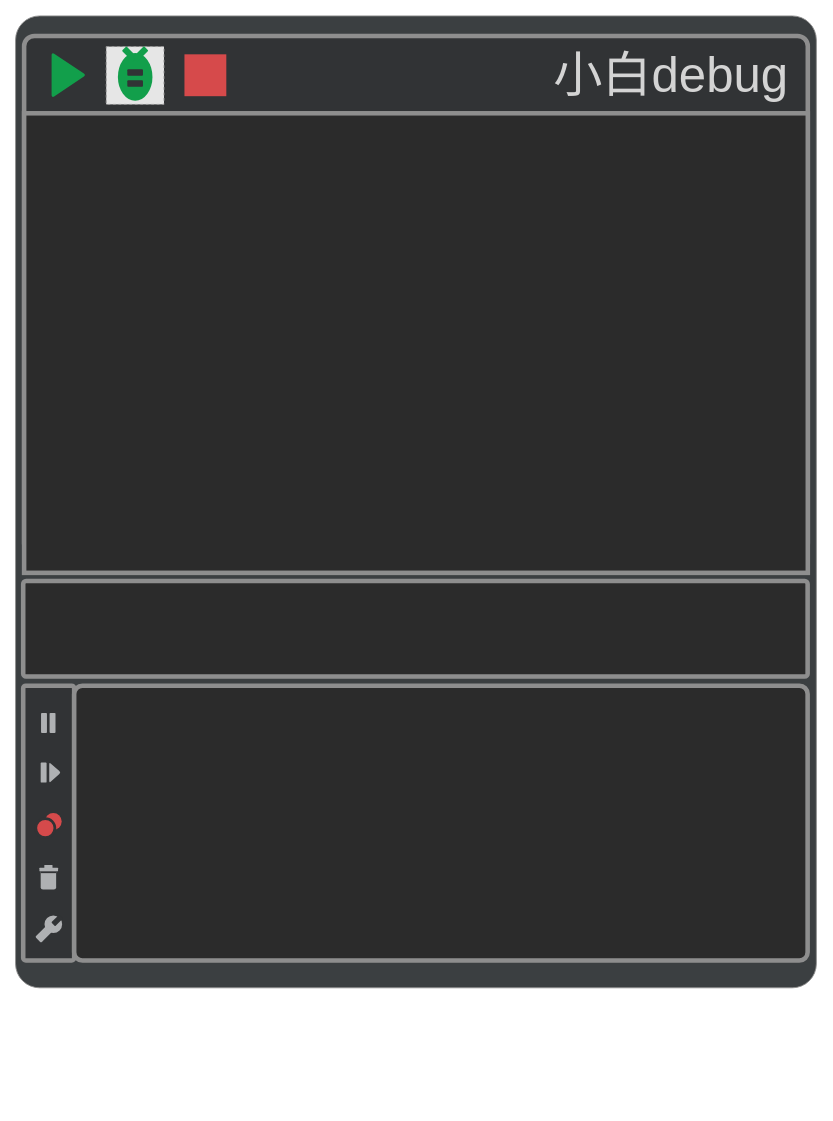
The draw.io diagram network/视频窗口-游戏机.drawio in xiaobaiTech/image, before the edit. Source tidied: cells renumbered, new cells numbered last; positions are measured from the earlier drawing's top-left corner, leaving out a move shared by most shapes. Both pictures are drawn from the tidied source at 91%, with x=0, y=0 at pixel (15, 15). Pictures stored in the file or linked from it are replaced by grey dashed boxes.
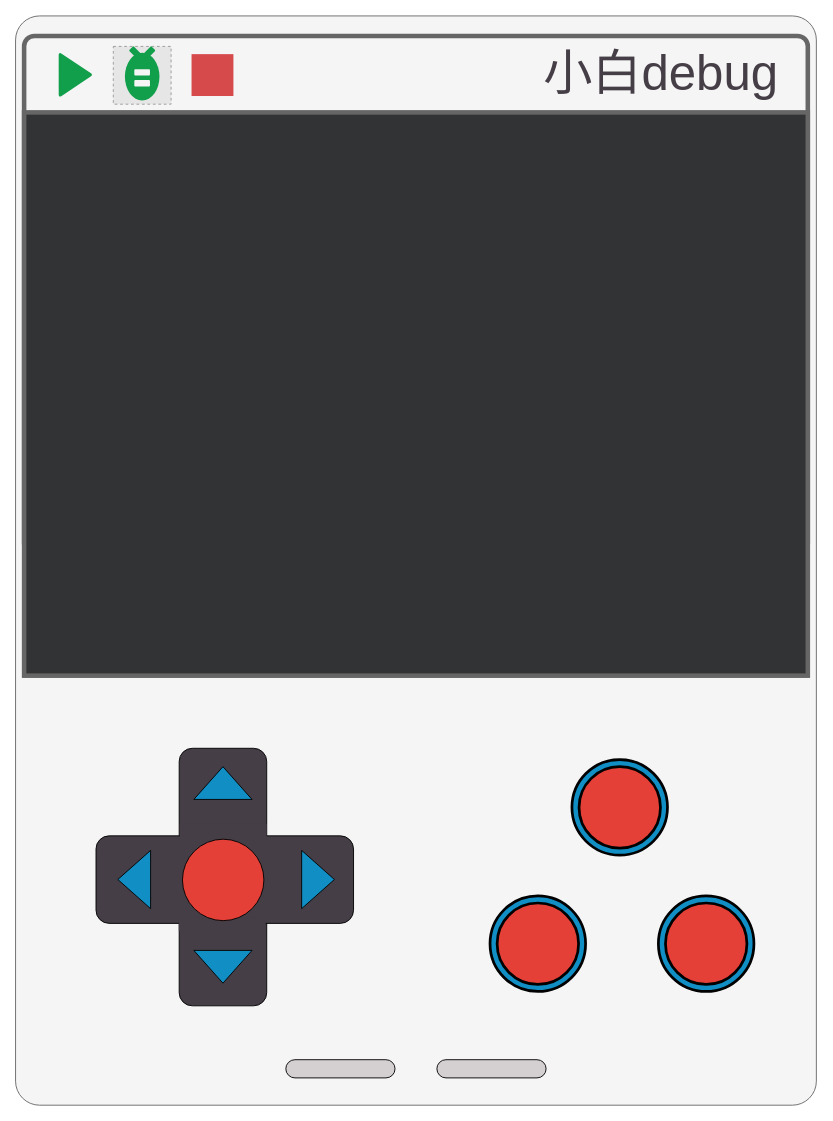
The same diagram, later.

Commit message:
更新视频窗口-游戏机.drawio

Diff of the diagram source:
```diff
@@
-    <mxCell id="2" style="rounded=1;whiteSpace=wrap;html=1;arcSize=3;fillColor=#3b3f41;strokeColor=#8E8E8E;" parent="1" vertex="1">
-      <mxGeometry x="-0.4" width="880" height="1068" as="geometry" />
+    <mxCell id="2" style="rounded=1;whiteSpace=wrap;html=1;arcSize=3;fillColor=#f5f5f5;strokeColor=#666666;fontColor=#333333;" parent="1" vertex="1">
+      <mxGeometry x="-0.4" width="880" height="1197" as="geometry" />
     </mxCell>
-    <mxCell id="3" style="rounded=1;whiteSpace=wrap;html=1;arcSize=2;strokeWidth=5;fillColor=#313335;strokeColor=#8e8e8e;" parent="1" vertex="1">
+    <mxCell id="3" style="rounded=1;whiteSpace=wrap;html=1;arcSize=2;strokeWidth=5;fillColor=#f5f5f5;strokeColor=#666666;fontColor=#333333;" parent="1" vertex="1">
       <mxGeometry x="9" y="22" width="861.2" height="569" as="geometry" />
     </mxCell>
-    <mxCell id="4" style="rounded=1;whiteSpace=wrap;html=1;arcSize=0;strokeWidth=5;fillColor=#2b2b2b;strokeColor=#8e8e8e;" parent="1" vertex="1">
-      <mxGeometry x="9" y="107" width="861.2" height="505" as="geometry" />
-    </mxCell>
     <mxCell id="5" style="triangle;whiteSpace=wrap;html=1;strokeColor=#129f4b;strokeWidth=2;fontFamily=Helvetica;fontSize=43;fontColor=#FFFFFF;fillColor=#129f4b;arcSize=3;rounded=1;" parent="1" vertex="1">
-      <mxGeometry x="40.2" y="41.5" width="35.2" height="47" as="geometry" />
+      <mxGeometry x="48" y="41.2" width="35.2" height="47" as="geometry" />
     </mxCell>
     <mxCell id="6" style="fillColor=#E6E6E6;strokeColor=#999999;dashed=1;verticalLabelPosition=bottom;labelBackgroundColor=default;verticalAlign=top;" parent="1" vertex="1">
-      <mxGeometry x="99.2" y="33.7" width="63.5" height="63.5" as="geometry" />
+      <mxGeometry x="107" y="33.5" width="63.5" height="63.5" as="geometry" />
     </mxCell>
     <mxCell id="7" style="whiteSpace=wrap;html=1;strokeColor=#d64a4b;strokeWidth=2;fontFamily=Helvetica;fontSize=43;fontColor=#FFFFFF;fillColor=#d64a4b;" parent="1" vertex="1">
-      <mxGeometry x="186.2" y="43.2" width="44" height="44" as="geometry" />
+      <mxGeometry x="194" y="43" width="44" height="44" as="geometry" />
     </mxCell>
-    <mxCell id="8" style="rounded=1;whiteSpace=wrap;html=1;arcSize=3;strokeWidth=5;fillColor=#2b2b2b;strokeColor=#8e8e8e;" parent="1" vertex="1">
-      <mxGeometry x="8" y="621" width="862" height="105" as="geometry" />
-    </mxCell>
-    <mxCell id="9" value="&lt;font color=&quot;#d4d4d4&quot; face=&quot;黑体&quot; style=&quot;font-size: 54px;&quot;&gt;小白debug&lt;/font&gt;" style="text;html=1;strokeColor=none;fillColor=none;align=center;verticalAlign=middle;whiteSpace=wrap;rounded=0;" parent="1" vertex="1">
-      <mxGeometry x="584" y="50.2" width="272" height="30" as="geometry" />
+    <mxCell id="9" value="&lt;font color=&quot;#453e46&quot; face=&quot;黑体&quot; style=&quot;font-size: 54px;&quot;&gt;小白debug&lt;/font&gt;" style="text;html=1;strokeColor=none;fillColor=none;align=center;verticalAlign=middle;whiteSpace=wrap;rounded=0;" parent="1" vertex="1">
+      <mxGeometry x="573" y="47.7" width="272" height="30" as="geometry" />
     </mxCell>
     <mxCell id="10" style="ellipse;whiteSpace=wrap;html=1;strokeColor=none;fontColor=#d4d4d4;fillColor=#129F4B;rotation=90;" parent="1" vertex="1">
-      <mxGeometry x="104.8" y="48" width="52.5" height="38" as="geometry" />
+      <mxGeometry x="112.5" y="47.7" width="52.5" height="38" as="geometry" />
     </mxCell>
-    <mxCell id="11" style="rounded=1;whiteSpace=wrap;html=1;strokeColor=none;fontColor=#d4d4d4;fillColor=#313335;" parent="1" vertex="1">
-      <mxGeometry x="122.4" y="58.7" width="17.2" height="7" as="geometry" />
+    <mxCell id="11" style="rounded=1;whiteSpace=wrap;html=1;strokeColor=none;fontColor=#333333;fillColor=#f5f5f5;" parent="1" vertex="1">
+      <mxGeometry x="130.1" y="58.5" width="17.2" height="7" as="geometry" />
     </mxCell>
-    <mxCell id="12" style="rounded=1;whiteSpace=wrap;html=1;strokeColor=none;fontColor=#d4d4d4;fillColor=#313335;" parent="1" vertex="1">
-      <mxGeometry x="122.4" y="70.7" width="17.2" height="7" as="geometry" />
+    <mxCell id="12" style="rounded=1;whiteSpace=wrap;html=1;strokeColor=none;fontColor=#333333;fillColor=#f5f5f5;" parent="1" vertex="1">
+      <mxGeometry x="130.1" y="70.5" width="17.2" height="7" as="geometry" />
     </mxCell>
     <mxCell id="13" style="rounded=1;whiteSpace=wrap;html=1;strokeColor=none;fontColor=#d4d4d4;fillColor=#129F4B;rotation=45;" parent="1" vertex="1">
-      <mxGeometry x="116.4" y="38.4" width="17.2" height="7" as="geometry" />
+      <mxGeometry x="124.1" y="38.1" width="17.2" height="7" as="geometry" />
     </mxCell>
     <mxCell id="14" style="rounded=1;whiteSpace=wrap;html=1;strokeColor=none;fontColor=#d4d4d4;fillColor=#129F4B;rotation=45;flipH=1;flipV=1;direction=south;" parent="1" vertex="1">
-      <mxGeometry x="133.6" y="33.2" width="7" height="17.2" as="geometry" />
+      <mxGeometry x="141.4" y="33" width="7" height="17.2" as="geometry" />
     </mxCell>
-    <mxCell id="15" style="rounded=1;whiteSpace=wrap;html=1;strokeColor=#8E8E8E;strokeWidth=5;fontColor=#d4d4d4;fillColor=#313335;arcSize=5;" parent="1" vertex="1">
-      <mxGeometry x="8" y="736" width="56" height="302" as="geometry" />
-    </mxCell>
-    <mxCell id="16" style="rounded=1;whiteSpace=wrap;html=1;strokeColor=none;strokeWidth=5;fontColor=#d4d4d4;fillColor=#afb1b3;" parent="1" vertex="1">
-      <mxGeometry x="27.6" y="766" width="6.5" height="22" as="geometry" />
-    </mxCell>
-    <mxCell id="17" style="rounded=1;whiteSpace=wrap;html=1;strokeColor=none;strokeWidth=5;fontColor=#d4d4d4;fillColor=#afb1b3;" parent="1" vertex="1">
-      <mxGeometry x="37" y="766" width="6.5" height="22" as="geometry" />
-    </mxCell>
-    <mxCell id="18" style="ellipse;whiteSpace=wrap;html=1;strokeColor=none;strokeWidth=3;fontColor=#d4d4d4;fillColor=#d54a4b;" parent="1" vertex="1">
-      <mxGeometry x="31.8" y="876" width="18.5" height="18.5" as="geometry" />
-    </mxCell>
-    <mxCell id="19" style="ellipse;whiteSpace=wrap;html=1;strokeColor=#313335;strokeWidth=3;fontColor=#d4d4d4;fillColor=#d54a4b;" parent="1" vertex="1">
-      <mxGeometry x="21.8" y="882" width="21" height="21" as="geometry" />
-    </mxCell>
-    <mxCell id="20" style="rounded=1;whiteSpace=wrap;html=1;strokeColor=none;strokeWidth=5;fontColor=#d4d4d4;fillColor=#afb1b3;" parent="1" vertex="1">
-      <mxGeometry x="27.2" y="820.5" width="6.5" height="22" as="geometry" />
-    </mxCell>
-    <mxCell id="21" style="triangle;whiteSpace=wrap;html=1;strokeColor=none;strokeWidth=2;fontFamily=Helvetica;fontSize=43;fontColor=#FFFFFF;fillColor=#AFB1B3;arcSize=5;rounded=1;" parent="1" vertex="1">
-      <mxGeometry x="36.6" y="820" width="13" height="23" as="geometry" />
-    </mxCell>
-    <mxCell id="22" style="rounded=1;whiteSpace=wrap;html=1;strokeColor=none;strokeWidth=3;fontColor=#d4d4d4;fillColor=#AFB1B3;" parent="1" vertex="1">
-      <mxGeometry x="27.2" y="937" width="17" height="23" as="geometry" />
-    </mxCell>
-    <mxCell id="23" style="rounded=1;whiteSpace=wrap;html=1;strokeColor=none;strokeWidth=3;fontColor=#d4d4d4;fillColor=#AFB1B3;" parent="1" vertex="1">
-      <mxGeometry x="25.8" y="936" width="20.5" height="4" as="geometry" />
-    </mxCell>
-    <mxCell id="24" style="rounded=1;whiteSpace=wrap;html=1;strokeColor=none;strokeWidth=3;fontColor=#d4d4d4;fillColor=#AFB1B3;" parent="1" vertex="1">
-      <mxGeometry x="31.2" y="933" width="9" height="4" as="geometry" />
-    </mxCell>
-    <mxCell id="25" style="rounded=1;whiteSpace=wrap;html=1;strokeColor=none;strokeWidth=3;fontColor=#d4d4d4;fillColor=#313335;arcSize=0;" parent="1" vertex="1">
-      <mxGeometry x="27.2" y="940" width="17" height="2" as="geometry" />
-    </mxCell>
-    <mxCell id="26" style="rounded=1;whiteSpace=wrap;html=1;strokeColor=none;strokeWidth=3;fontColor=#d4d4d4;fillColor=#AFB1B3;rotation=-45;" parent="1" vertex="1">
-      <mxGeometry x="20.6" y="1001.7" width="25.8" height="9" as="geometry" />
-    </mxCell>
-    <mxCell id="27" style="ellipse;whiteSpace=wrap;html=1;rounded=1;strokeColor=#AFB1B3;strokeWidth=3;fontColor=#d4d4d4;fillColor=#AFB1B3;" parent="1" vertex="1">
-      <mxGeometry x="32.9" y="990" width="16.4" height="16.4" as="geometry" />
-    </mxCell>
-    <mxCell id="28" style="rounded=1;whiteSpace=wrap;html=1;strokeColor=none;strokeWidth=3;fontColor=#d4d4d4;fillColor=#313335;rotation=-45;" parent="1" vertex="1">
-      <mxGeometry x="39.2" y="991" width="12.2" height="5.9" as="geometry" />
-    </mxCell>
-    <mxCell id="29" style="rounded=1;whiteSpace=wrap;html=1;arcSize=3;strokeWidth=5;fillColor=#2b2b2b;strokeColor=#8e8e8e;" parent="1" vertex="1">
-      <mxGeometry x="64" y="736" width="806" height="302" as="geometry" />
-    </mxCell>
+    <mxCell id="30" style="rounded=1;whiteSpace=wrap;html=1;arcSize=0;strokeWidth=5;fillColor=#313335;strokeColor=#666666;fontColor=#333333;" parent="1" vertex="1">
+      <mxGeometry x="9" y="106" width="861.2" height="619" as="geometry" />
+    </mxCell>
+    <mxCell id="31" style="group;" parent="1" vertex="1">
+      <mxGeometry x="179.4" y="804.8" width="98.9" height="283" as="geometry" />
+    </mxCell>
+    <mxCell id="32" style="rounded=1;whiteSpace=wrap;html=1;fillColor=#453e46;rotation=90;" parent="31" vertex="1">
+      <mxGeometry x="-93.4" y="93.4" width="283" height="96.2" as="geometry" />
+    </mxCell>
+    <mxCell id="33" style="triangle;whiteSpace=wrap;html=1;flipH=1;fillColor=#118ec3;rotation=90;" parent="31" vertex="1">
+      <mxGeometry x="30.1" y="6.2" width="36" height="64" as="geometry" />
+    </mxCell>
+    <mxCell id="34" style="triangle;whiteSpace=wrap;html=1;flipH=1;fillColor=#118ec3;rotation=90;flipV=0;direction=west;" parent="31" vertex="1">
+      <mxGeometry x="30.1" y="208.1" width="36" height="64" as="geometry" />
+    </mxCell>
+    <mxCell id="35" style="group;rotation=90;" parent="1" vertex="1">
+      <mxGeometry x="181" y="808" width="96.2" height="283" as="geometry" />
+    </mxCell>
+    <mxCell id="36" style="rounded=1;whiteSpace=wrap;html=1;fillColor=#453e46;rotation=180;" parent="35" vertex="1">
+      <mxGeometry x="-93" y="93" width="283" height="96.2" as="geometry" />
+    </mxCell>
+    <mxCell id="37" style="triangle;whiteSpace=wrap;html=1;flipH=1;fillColor=#118ec3;rotation=180;" parent="35" vertex="1">
+      <mxGeometry x="133" y="109" width="36" height="64" as="geometry" />
+    </mxCell>
+    <mxCell id="38" style="triangle;whiteSpace=wrap;html=1;flipH=1;fillColor=#118ec3;rotation=180;flipV=0;direction=west;" parent="35" vertex="1">
+      <mxGeometry x="-69" y="109" width="36" height="64" as="geometry" />
+    </mxCell>
+    <mxCell id="39" style="rounded=0;whiteSpace=wrap;html=1;fillColor=#453e46;rotation=-180;strokeColor=none;" parent="35" vertex="1">
+      <mxGeometry x="-2" y="182.2" width="95.5" height="15.5" as="geometry" />
+    </mxCell>
+    <mxCell id="40" style="ellipse;whiteSpace=wrap;html=1;fillColor=#e44037;" parent="35" vertex="1">
+      <mxGeometry x="2" y="96.7" width="89.5" height="89.5" as="geometry" />
+    </mxCell>
+    <mxCell id="41" style="rounded=0;whiteSpace=wrap;html=1;fillColor=#453e46;rotation=-180;strokeColor=none;" parent="1" vertex="1">
+      <mxGeometry x="180" y="887.7" width="95.5" height="15.5" as="geometry" />
+    </mxCell>
+    <mxCell id="42" style="ellipse;whiteSpace=wrap;html=1;fillColor=#118EC3;strokeWidth=3;" parent="1" vertex="1">
+      <mxGeometry x="611" y="817.2" width="105" height="105" as="geometry" />
+    </mxCell>
+    <mxCell id="43" style="ellipse;whiteSpace=wrap;html=1;fillColor=#e44037;strokeWidth=3;" parent="1" vertex="1">
+      <mxGeometry x="618.8" y="825" width="89.5" height="89.5" as="geometry" />
+    </mxCell>
+    <mxCell id="44" style="ellipse;whiteSpace=wrap;html=1;fillColor=#118EC3;strokeWidth=3;" parent="1" vertex="1">
+      <mxGeometry x="706" y="967" width="105" height="105" as="geometry" />
+    </mxCell>
+    <mxCell id="45" style="ellipse;whiteSpace=wrap;html=1;fillColor=#e44037;strokeWidth=3;" parent="1" vertex="1">
+      <mxGeometry x="713.8" y="974.8" width="89.5" height="89.5" as="geometry" />
+    </mxCell>
+    <mxCell id="46" style="ellipse;whiteSpace=wrap;html=1;fillColor=#118EC3;strokeWidth=3;" parent="1" vertex="1">
+      <mxGeometry x="521" y="967" width="105" height="105" as="geometry" />
+    </mxCell>
+    <mxCell id="47" style="ellipse;whiteSpace=wrap;html=1;fillColor=#e44037;strokeWidth=3;" parent="1" vertex="1">
+      <mxGeometry x="528.8" y="974.8" width="89.5" height="89.5" as="geometry" />
+    </mxCell>
+    <mxCell id="48" style="rounded=1;whiteSpace=wrap;html=1;arcSize=50;fillColor=#d4cfd0;" parent="1" vertex="1">
+      <mxGeometry x="296.6" y="1147" width="120" height="20" as="geometry" />
+    </mxCell>
+    <mxCell id="49" style="rounded=1;whiteSpace=wrap;html=1;arcSize=50;fillColor=#d4cfd0;" parent="1" vertex="1">
+      <mxGeometry x="462.6" y="1147" width="120" height="20" as="geometry" />
+    </mxCell>
```
